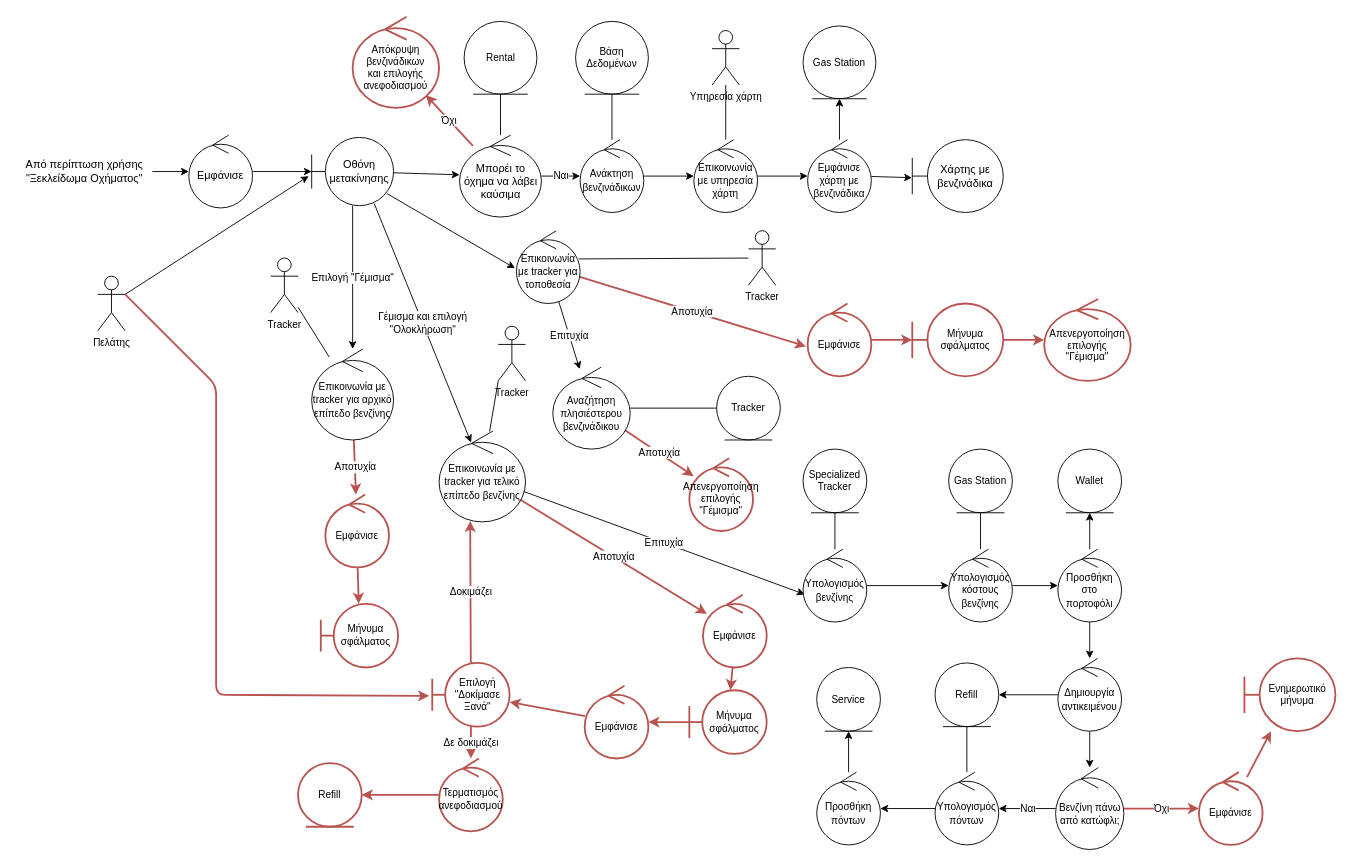
The draw.io diagram Part_4/Robustness/diagrams/14_Ανεφοδιασμός_Οχήματος.drawio in Nikolis2002/texnoligia_logismikou, before the edit. Source tidied: cells renumbered, new cells numbered last; positions are measured from the earlier drawing's top-left corner, leaving out a move shared by most shapes. Both pictures are drawn from the tidied source at 91%, with x=0, y=0 at pixel (15, 16).
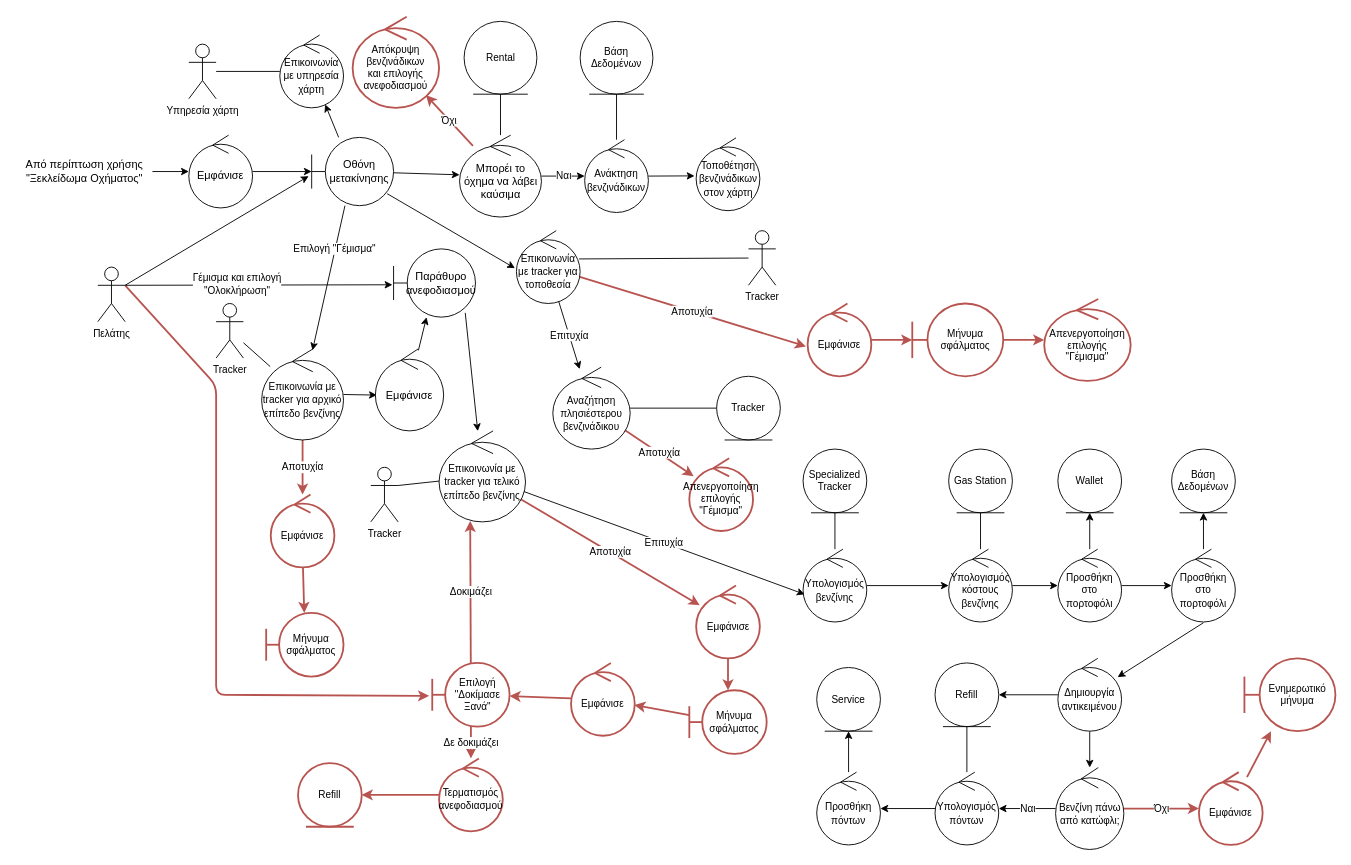
Above is the later version.

Unchanged cells that the change refers to:
```xml
<mxCell id="47" value="&lt;span style=&quot;font-size: 11px;&quot;&gt;Επικοινωνία με tracker για τελικό επίπεδο βενζίνης&lt;/span&gt;" style="ellipse;shape=umlControl;whiteSpace=wrap;html=1;" parent="1" vertex="1">
  <mxGeometry x="465" y="455" width="95" height="100" as="geometry" />
</mxCell>
<mxCell id="70" value="&lt;font style=&quot;font-size: 11px;&quot;&gt;Προσθήκη στο πορτοφόλι&lt;/font&gt;" style="ellipse;shape=umlControl;whiteSpace=wrap;html=1;" parent="1" vertex="1">
  <mxGeometry x="1145" y="585" width="70" height="80" as="geometry" />
</mxCell>
<mxCell id="85" value="&lt;span style=&quot;font-size: 11px;&quot;&gt;Δημιουργία αντικειμένου&lt;/span&gt;" style="ellipse;shape=umlControl;whiteSpace=wrap;html=1;" parent="1" vertex="1">
  <mxGeometry x="1145" y="705" width="70" height="80" as="geometry" />
</mxCell>
<mxCell id="92" value="Οθόνη μετακίνησης" style="shape=umlBoundary;whiteSpace=wrap;html=1;" parent="1" vertex="1">
  <mxGeometry x="325" y="132.5" width="90" height="75" as="geometry" />
</mxCell>
```

Change to the diagram source:
```diff
@@
-    <mxCell id="7" style="edgeStyle=none;html=1;" parent="1" edge="1" source="8" target="17">
+    <mxCell id="7" style="edgeStyle=none;html=1;entryX=-0.025;entryY=0.522;entryDx=0;entryDy=0;entryPerimeter=0;" parent="1" edge="1" source="8" target="21">
       <mxGeometry relative="1" as="geometry" />
     </mxCell>
     <mxCell id="8" value="&lt;font style=&quot;font-size: 11px;&quot;&gt;Ανάκτηση βενζινάδικων&lt;/font&gt;" style="ellipse;shape=umlControl;whiteSpace=wrap;html=1;" parent="1" vertex="1">
-      <mxGeometry x="620" y="135" width="70" height="80" as="geometry" />
+      <mxGeometry x="625" y="135" width="70" height="80" as="geometry" />
     </mxCell>
     <mxCell id="9" value="Βάση Δεδομένων" style="ellipse;shape=umlEntity;whiteSpace=wrap;html=1;fontSize=11;" parent="1" vertex="1">
-      <mxGeometry x="615" y="5" width="80" height="80" as="geometry" />
+      <mxGeometry x="620" y="5" width="80" height="80" as="geometry" />
     </mxCell>
@@
+    <mxCell id="100" style="edgeStyle=none;html=1;exitX=1;exitY=0.3333333333333333;exitDx=0;exitDy=0;exitPerimeter=0;entryX=-0.014;entryY=0.526;entryDx=0;entryDy=0;entryPerimeter=0;endArrow=classic;endFill=1;" parent="1" edge="1" source="14" target="106">
+      <mxGeometry relative="1" as="geometry" />
+    </mxCell>
+    <mxCell id="39" value="Γέμισμα και επιλογή&lt;br&gt;&quot;Ολοκλήρωση&quot;" style="edgeLabel;html=1;align=center;verticalAlign=middle;" parent="100" vertex="1">
+      <mxGeometry x="-0.16" y="1" relative="1" as="geometry" />
+    </mxCell>
     <mxCell id="14" value="Πελάτης" style="shape=umlActor;verticalLabelPosition=bottom;verticalAlign=top;html=1;fontSize=11;" parent="1" vertex="1">
-      <mxGeometry x="90" y="285" width="30" height="60" as="geometry" />
+      <mxGeometry x="90" y="275" width="30" height="60" as="geometry" />
     </mxCell>
-    <mxCell id="15" style="edgeStyle=none;html=1;endArrow=none;endFill=0;" parent="1" edge="1" source="17" target="18">
-      <mxGeometry relative="1" as="geometry" />
-    </mxCell>
-    <mxCell id="16" style="edgeStyle=none;html=1;endArrow=classic;endFill=1;" parent="1" edge="1" source="17" target="21">
-      <mxGeometry relative="1" as="geometry" />
-    </mxCell>
-    <mxCell id="17" value="&lt;font style=&quot;font-size: 11px;&quot;&gt;Επικοινωνία με υπηρεσία χάρτη&lt;/font&gt;" style="ellipse;shape=umlControl;whiteSpace=wrap;html=1;" parent="1" vertex="1">
-      <mxGeometry x="745" y="135" width="70" height="80" as="geometry" />
-    </mxCell>
-    <mxCell id="18" value="Υπηρεσία χάρτη" style="shape=umlActor;verticalLabelPosition=bottom;verticalAlign=top;html=1;fontSize=11;" parent="1" vertex="1">
-      <mxGeometry x="765" y="15" width="30" height="60" as="geometry" />
-    </mxCell>
-    <mxCell id="19" style="edgeStyle=none;html=1;entryX=-0.003;entryY=0.522;entryDx=0;entryDy=0;entryPerimeter=0;endArrow=classic;endFill=1;" parent="1" edge="1" source="21" target="22">
-      <mxGeometry relative="1" as="geometry" />
-    </mxCell>
-    <mxCell id="20" style="edgeStyle=none;html=1;endArrow=classic;endFill=1;" parent="1" edge="1" source="21" target="26">
-      <mxGeometry relative="1" as="geometry" />
-    </mxCell>
-    <mxCell id="21" value="&lt;font style=&quot;font-size: 11px;&quot;&gt;Εμφάνισε χάρτη με βενζινάδικα&lt;/font&gt;" style="ellipse;shape=umlControl;whiteSpace=wrap;html=1;" parent="1" vertex="1">
-      <mxGeometry x="870" y="135" width="70" height="80" as="geometry" />
+    <mxCell id="21" value="&lt;font style=&quot;font-size: 11px;&quot;&gt;Τοποθέτηση βενζινάδικων στον χάρτη&lt;/font&gt;" style="ellipse;shape=umlControl;whiteSpace=wrap;html=1;" parent="1" vertex="1">
+      <mxGeometry x="747.5" y="133" width="70" height="80" as="geometry" />
     </mxCell>
-    <mxCell id="22" value="Χάρτης με βενζινάδικα" style="shape=umlBoundary;whiteSpace=wrap;html=1;" parent="1" vertex="1">
-      <mxGeometry x="985" y="135" width="100" height="80" as="geometry" />
-    </mxCell>
@@
-    <mxCell id="26" value="Gas Station" style="ellipse;shape=umlEntity;whiteSpace=wrap;html=1;fontSize=11;" parent="1" vertex="1">
-      <mxGeometry x="865" y="10" width="80" height="80" as="geometry" />
-    </mxCell>
@@
     <mxCell id="38" value="Επιλογή &quot;Γέμισμα&quot;" style="edgeStyle=none;html=1;" parent="1" edge="1" source="92" target="43">
-      <mxGeometry relative="1" as="geometry" />
+      <mxGeometry x="-0.4" y="-1" relative="1" as="geometry" />
     </mxCell>
-    <mxCell id="39" value="Γέμισμα και επιλογή&lt;br&gt;&quot;Ολοκλήρωση&quot;" style="edgeStyle=none;html=1;entryX=0.37;entryY=0.127;entryDx=0;entryDy=0;entryPerimeter=0;exitX=0.763;exitY=0.967;exitDx=0;exitDy=0;exitPerimeter=0;" parent="1" edge="1" source="92" target="47">
-      <mxGeometry relative="1" as="geometry" />
-    </mxCell>
@@
+    <mxCell id="101" style="edgeStyle=none;html=1;entryX=0.021;entryY=0.563;entryDx=0;entryDy=0;entryPerimeter=0;endArrow=classic;endFill=1;" parent="1" edge="1" source="43" target="108">
+      <mxGeometry relative="1" as="geometry" />
+    </mxCell>
     <mxCell id="43" value="&lt;font style=&quot;font-size: 11px;&quot;&gt;Επικοινωνία με tracker για αρχικό επίπεδο βενζίνης&lt;/font&gt;" style="ellipse;shape=umlControl;whiteSpace=wrap;html=1;" parent="1" vertex="1">
-      <mxGeometry x="325" y="365" width="90" height="100" as="geometry" />
+      <mxGeometry x="270" y="365" width="90" height="100" as="geometry" />
     </mxCell>
@@
-    <mxCell id="46" style="edgeStyle=none;html=1;entryX=0;entryY=1;entryDx=0;entryDy=0;entryPerimeter=0;endArrow=none;endFill=0;" parent="1" edge="1" source="47" target="98">
+    <mxCell id="46" style="edgeStyle=none;html=1;entryX=1;entryY=0.3333333333333333;entryDx=0;entryDy=0;entryPerimeter=0;endArrow=none;endFill=0;" parent="1" edge="1" source="47" target="98">
       <mxGeometry relative="1" as="geometry" />
     </mxCell>
@@
     <mxCell id="49" value="&lt;font style=&quot;font-size: 11px;&quot;&gt;Εμφάνισε&lt;/font&gt;" style="ellipse;shape=umlControl;whiteSpace=wrap;html=1;fontSize=11;fillColor=none;strokeColor=#b85450;strokeWidth=2;" parent="1" vertex="1">
-      <mxGeometry x="340" y="525" width="70" height="80" as="geometry" />
+      <mxGeometry x="280" y="525" width="70" height="80" as="geometry" />
     </mxCell>
     <mxCell id="50" value="Μήνυμα σφάλματος" style="shape=umlBoundary;whiteSpace=wrap;html=1;fontSize=11;fillColor=none;strokeColor=#b85450;strokeWidth=2;" parent="1" vertex="1">
-      <mxGeometry x="335" y="645" width="85" height="70" as="geometry" />
+      <mxGeometry x="275" y="655" width="85" height="70" as="geometry" />
     </mxCell>
@@
     <mxCell id="52" value="&lt;font style=&quot;font-size: 11px;&quot;&gt;Εμφάνισε&lt;/font&gt;" style="ellipse;shape=umlControl;whiteSpace=wrap;html=1;fontSize=11;fillColor=none;strokeColor=#b85450;strokeWidth=2;" parent="1" vertex="1">
-      <mxGeometry x="755" y="635" width="70" height="80" as="geometry" />
+      <mxGeometry x="747.5" y="625" width="70" height="80" as="geometry" />
     </mxCell>
@@
     <mxCell id="59" value="&lt;font style=&quot;font-size: 11px;&quot;&gt;Εμφάνισε&lt;/font&gt;" style="ellipse;shape=umlControl;whiteSpace=wrap;html=1;fontSize=11;fillColor=none;strokeColor=#b85450;strokeWidth=2;" parent="1" vertex="1">
-      <mxGeometry x="625" y="735" width="70" height="80" as="geometry" />
+      <mxGeometry x="610" y="710" width="70" height="80" as="geometry" />
     </mxCell>
@@
-    <mxCell id="69" style="edgeStyle=none;html=1;" parent="1" edge="1" source="70" target="85">
+    <mxCell id="69" style="edgeStyle=none;html=1;exitX=0.5;exitY=1.01;exitDx=0;exitDy=0;exitPerimeter=0;" parent="1" edge="1" source="110" target="85">
       <mxGeometry relative="1" as="geometry" />
     </mxCell>
+    <mxCell id="102" style="edgeStyle=none;html=1;endArrow=classic;endFill=1;" parent="1" edge="1" source="70" target="110">
+      <mxGeometry relative="1" as="geometry" />
+    </mxCell>
@@
+    <mxCell id="103" style="edgeStyle=none;html=1;" parent="1" edge="1" source="92" target="17">
+      <mxGeometry relative="1" as="geometry" />
+    </mxCell>
@@
     <mxCell id="97" value="Tracker" style="shape=umlActor;verticalLabelPosition=bottom;verticalAlign=top;html=1;fontSize=11;" parent="1" vertex="1">
-      <mxGeometry x="280" y="265" width="30" height="60" as="geometry" />
+      <mxGeometry x="220" y="315" width="30" height="60" as="geometry" />
     </mxCell>
     <mxCell id="98" value="Tracker" style="shape=umlActor;verticalLabelPosition=bottom;verticalAlign=top;html=1;fontSize=11;" parent="1" vertex="1">
-      <mxGeometry x="530" y="340" width="30" height="60" as="geometry" />
+      <mxGeometry x="390" y="495" width="30" height="60" as="geometry" />
     </mxCell>
@@
+    <mxCell id="17" value="&lt;font style=&quot;font-size: 11px;&quot;&gt;Επικοινωνία με υπηρεσία χάρτη&lt;/font&gt;" style="ellipse;shape=umlControl;whiteSpace=wrap;html=1;" parent="1" vertex="1">
+      <mxGeometry x="290" y="20" width="70" height="80" as="geometry" />
+    </mxCell>
+    <mxCell id="104" style="edgeStyle=none;html=1;endArrow=none;endFill=0;" parent="1" edge="1" source="18" target="17">
+      <mxGeometry relative="1" as="geometry" />
+    </mxCell>
+    <mxCell id="18" value="Υπηρεσία χάρτη" style="shape=umlActor;verticalLabelPosition=bottom;verticalAlign=top;html=1;fontSize=11;" parent="1" vertex="1">
+      <mxGeometry x="190" y="30" width="30" height="60" as="geometry" />
+    </mxCell>
+    <mxCell id="105" style="edgeStyle=none;html=1;endArrow=classic;endFill=1;exitX=0.875;exitY=0.937;exitDx=0;exitDy=0;exitPerimeter=0;" parent="1" edge="1" source="106" target="47">
+      <mxGeometry relative="1" as="geometry" />
+    </mxCell>
+    <mxCell id="106" value="Παράθυρο&lt;br&gt;ανεφοδιασμού" style="shape=umlBoundary;whiteSpace=wrap;html=1;" parent="1" vertex="1">
+      <mxGeometry x="415" y="255" width="90" height="75" as="geometry" />
+    </mxCell>
+    <mxCell id="107" style="edgeStyle=none;html=1;endArrow=classic;endFill=1;" parent="1" edge="1" source="108" target="106">
+      <mxGeometry relative="1" as="geometry" />
+    </mxCell>
+    <mxCell id="108" value="Εμφάνισε" style="ellipse;shape=umlControl;whiteSpace=wrap;html=1;" parent="1" vertex="1">
+      <mxGeometry x="395" y="365" width="75" height="90" as="geometry" />
+    </mxCell>
+    <mxCell id="109" style="edgeStyle=none;html=1;endArrow=classic;endFill=1;" parent="1" edge="1" source="110" target="111">
+      <mxGeometry relative="1" as="geometry" />
+    </mxCell>
+    <mxCell id="110" value="&lt;font style=&quot;font-size: 11px;&quot;&gt;Προσθήκη στο πορτοφόλι&lt;/font&gt;" style="ellipse;shape=umlControl;whiteSpace=wrap;html=1;" parent="1" vertex="1">
+      <mxGeometry x="1270" y="585" width="70" height="80" as="geometry" />
+    </mxCell>
+    <mxCell id="111" value="Βάση Δεδομένων" style="ellipse;shape=umlEntity;whiteSpace=wrap;html=1;fontSize=11;" parent="1" vertex="1">
+      <mxGeometry x="1270" y="475" width="70" height="70" as="geometry" />
+    </mxCell>
```
